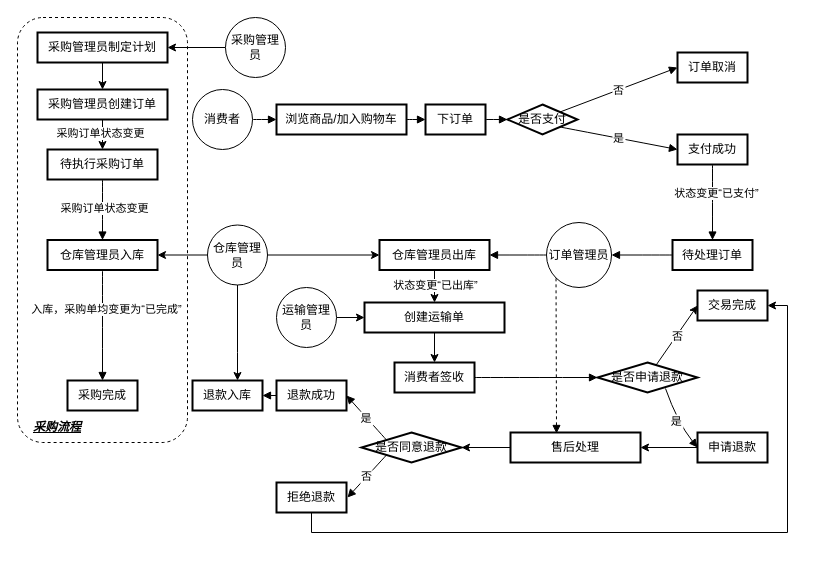
Before: page "第 2 页" (2 of 2) of 组织架构.drawio in moriyasukowa/resume, a draw.io diagram. Source tidied: cells renumbered, new cells numbered last; positions are measured from the earlier drawing's top-left corner, leaving out a move shared by most shapes. Both pictures are drawn from the tidied source at 100%, with x=0, y=0 at pixel (17, 17).
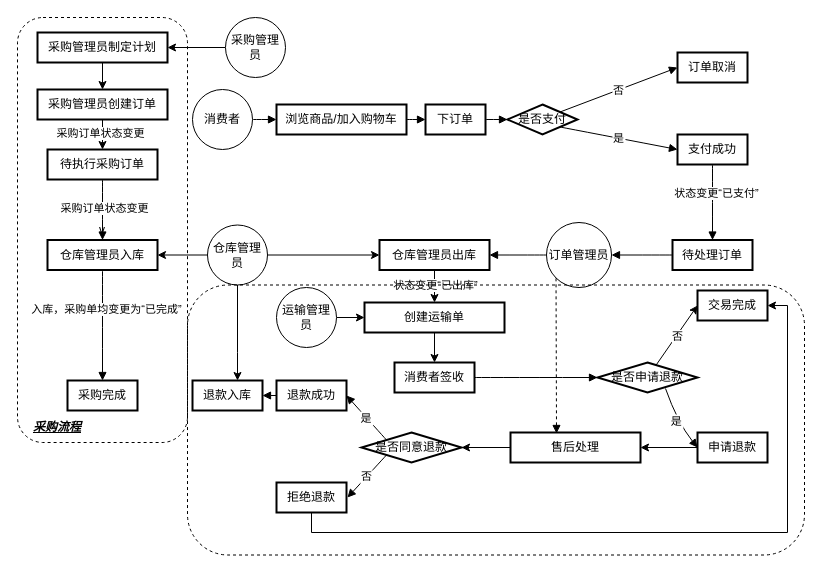
Above is the later version.

Commit message:
更新组织架构.drawio

What changed in the source:
```diff
@@
-    <mxCell id="64" style="rounded=1;whiteSpace=wrap;html=1;fillColor=none;dashed=1;" parent="1" vertex="1">
+    <mxCell id="64" value="v" style="rounded=1;whiteSpace=wrap;html=1;fillColor=none;dashed=1;" parent="1" vertex="1">
       <mxGeometry width="170" height="425" as="geometry" />
     </mxCell>
@@
+    <mxCell id="66" style="rounded=1;whiteSpace=wrap;html=1;fillColor=none;dashed=1;" parent="1" vertex="1">
+      <mxGeometry x="170" y="267.5" width="617" height="270" as="geometry" />
+    </mxCell>
```
